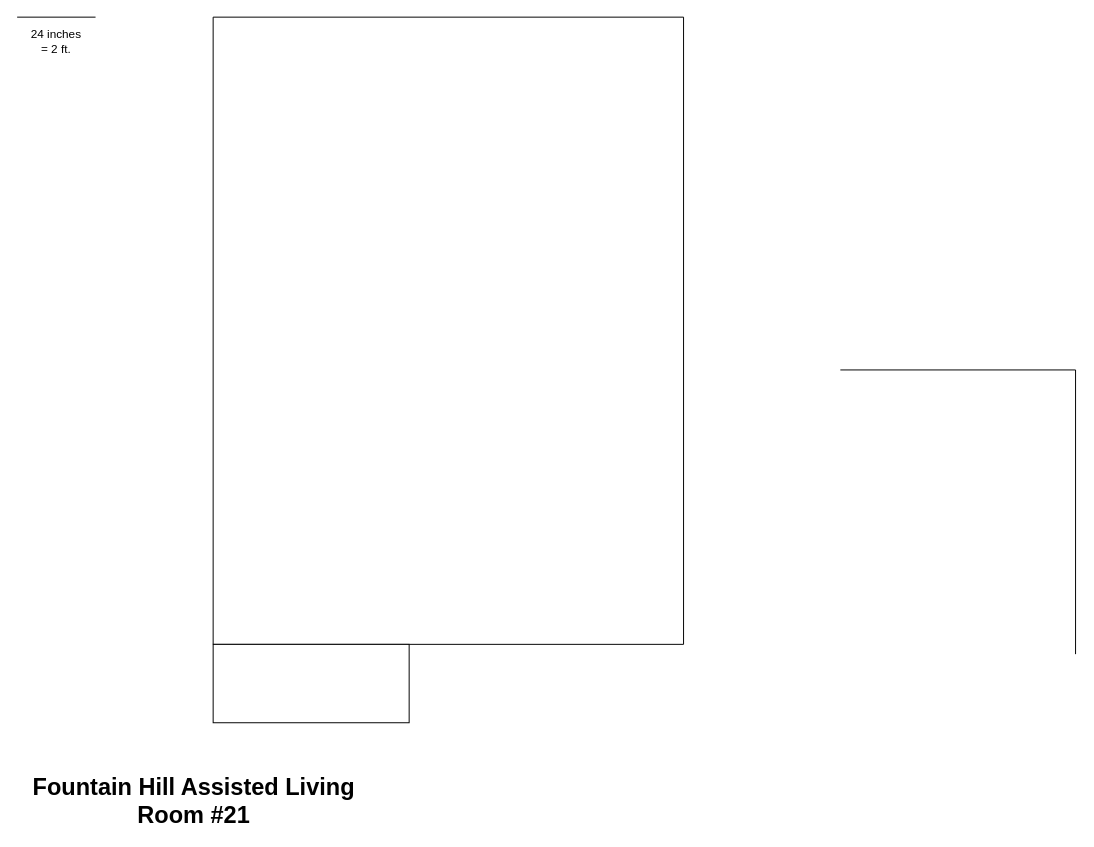
Earlier version of the draw.io diagram FountainHillRoom21.drawio (wardance-ferret/drawio). Source tidied: cells renumbered, new cells numbered last; positions are measured from the earlier drawing's top-left corner, leaving out a move shared by most shapes. Both pictures are drawn from the tidied source at 98%, with x=0, y=0 at pixel (17, 17).
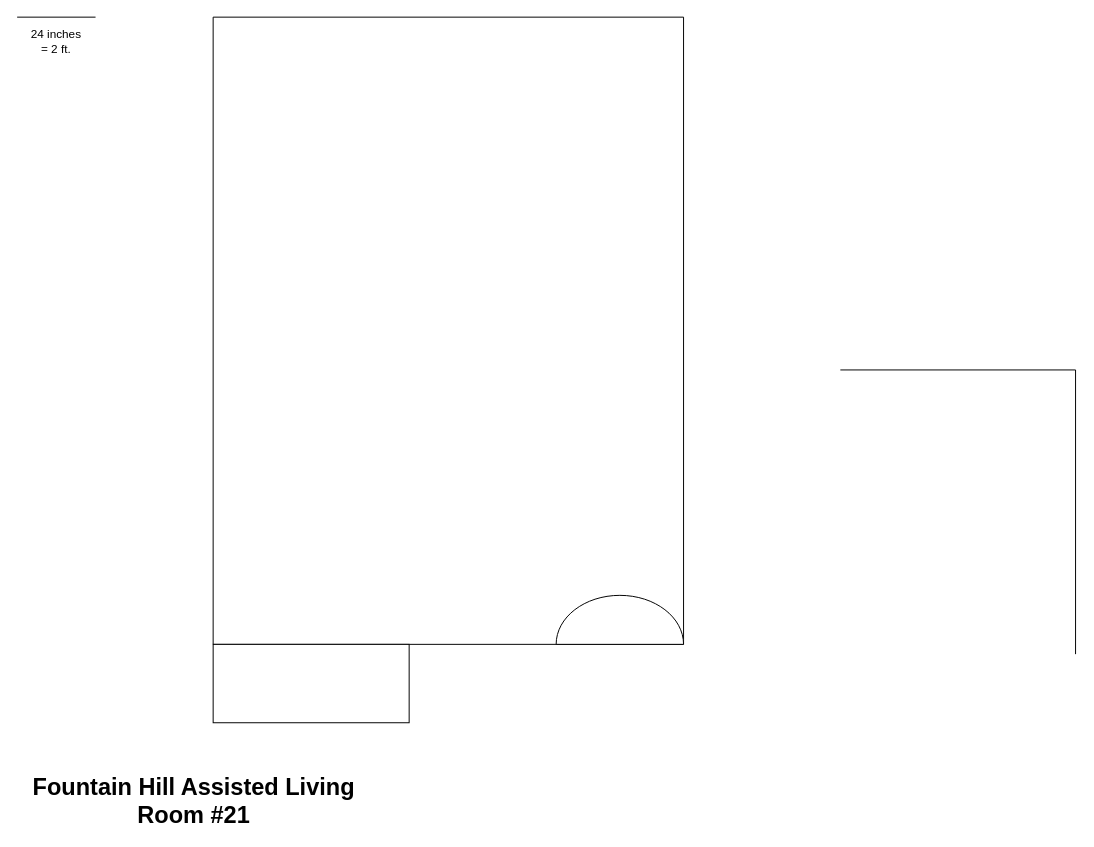
The same page after the edit.

Diff of the diagram source:
```diff
@@
 <mxGraphModel>
   <root>
     <mxCell id="0" />
     <mxCell id="1" parent="0" />
     <mxCell id="2" style="endArrow=none;html=1;rounded=0;" parent="1" edge="1">
       <mxGeometry relative="1" as="geometry">
         <mxPoint x="200" y="640" as="sourcePoint" />
         <mxPoint x="200" as="targetPoint" />
       </mxGeometry>
     </mxCell>
     <mxCell id="3" style="endArrow=none;html=1;rounded=0;" parent="1" edge="1">
       <mxGeometry relative="1" as="geometry">
         <mxPoint as="sourcePoint" />
         <mxPoint x="80" as="targetPoint" />
       </mxGeometry>
     </mxCell>
     <mxCell id="4" style="endArrow=none;html=1;rounded=0;" parent="1" edge="1">
       <mxGeometry relative="1" as="geometry">
         <mxPoint x="200" y="640" as="sourcePoint" />
         <mxPoint x="680" y="640" as="targetPoint" />
       </mxGeometry>
     </mxCell>
     <mxCell id="5" value="Fountain Hill Assisted Living&lt;br&gt;Room #21" style="text;strokeColor=none;fillColor=none;html=1;fontSize=24;fontStyle=1;verticalAlign=middle;align=center;" parent="1" vertex="1">
       <mxGeometry x="130" y="780" width="100" height="40" as="geometry" />
     </mxCell>
     <mxCell id="6" style="endArrow=none;html=1;rounded=0;" parent="1" edge="1">
       <mxGeometry relative="1" as="geometry">
         <mxPoint x="200" as="sourcePoint" />
         <mxPoint x="680" as="targetPoint" />
       </mxGeometry>
     </mxCell>
     <mxCell id="7" style="endArrow=none;html=1;rounded=0;" parent="1" edge="1">
       <mxGeometry relative="1" as="geometry">
         <mxPoint x="680" y="640" as="sourcePoint" />
         <mxPoint x="680" as="targetPoint" />
       </mxGeometry>
     </mxCell>
     <mxCell id="8" value="24 inches = 2 ft." style="text;html=1;strokeColor=none;fillColor=none;align=center;verticalAlign=middle;whiteSpace=wrap;rounded=0;" parent="1" vertex="1">
       <mxGeometry x="10" y="10" width="60" height="30" as="geometry" />
     </mxCell>
     <mxCell id="9" style="endArrow=none;html=1;rounded=0;" parent="1" edge="1">
       <mxGeometry relative="1" as="geometry">
         <mxPoint x="840" y="360" as="sourcePoint" />
         <mxPoint x="1080" y="360" as="targetPoint" />
       </mxGeometry>
     </mxCell>
     <mxCell id="10" style="endArrow=none;html=1;rounded=0;" parent="1" edge="1">
       <mxGeometry relative="1" as="geometry">
         <mxPoint x="1080" y="650" as="sourcePoint" />
         <mxPoint x="1080" y="360" as="targetPoint" />
       </mxGeometry>
     </mxCell>
     <mxCell id="11" style="rounded=0;whiteSpace=wrap;html=1;" parent="1" vertex="1">
       <mxGeometry x="200" y="640" width="200" height="80" as="geometry" />
     </mxCell>
+    <mxCell id="12" style="verticalLabelPosition=bottom;verticalAlign=top;html=1;shape=mxgraph.basic.half_circle;rotation=-180;" parent="1" vertex="1">
+      <mxGeometry x="550" y="590" width="130" height="50" as="geometry" />
+    </mxCell>
   </root>
 </mxGraphModel>
```
